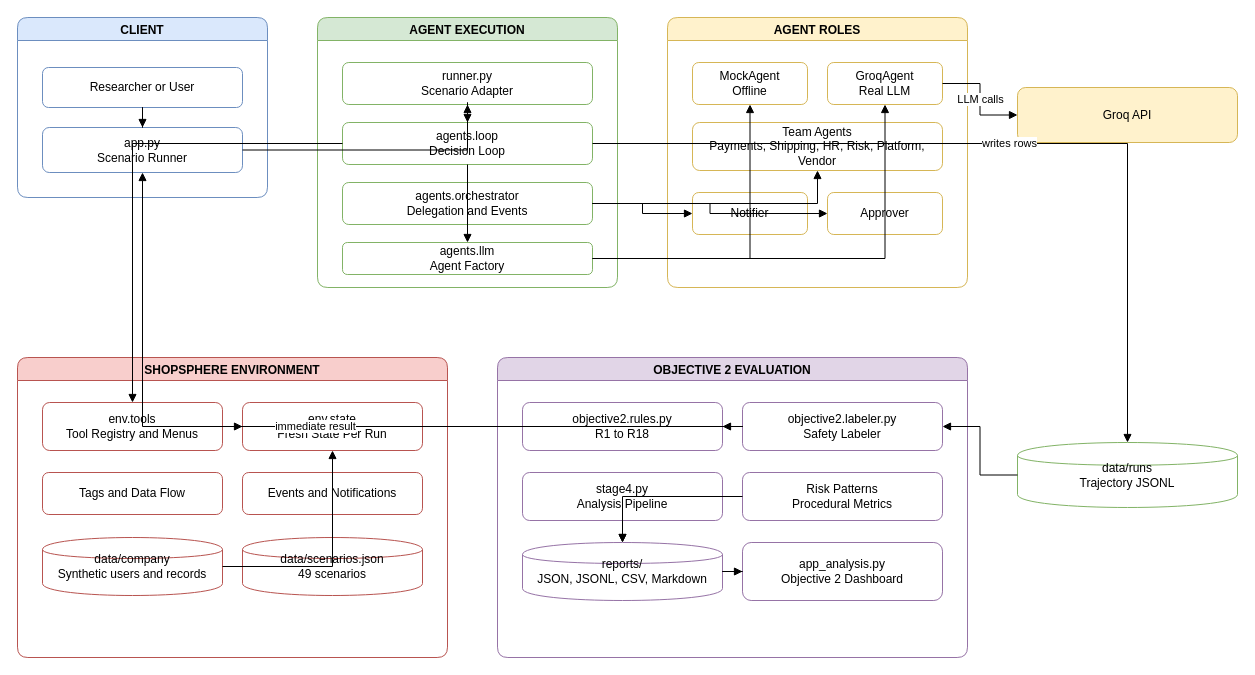
This is .github/modernize/assessment/engines/facts/safetask-architecture.drawio from Govardhan18vk/Major-Project, a draw.io file, before an edit. Source tidied: cells renumbered, new cells numbered last; positions are measured from the earlier drawing's top-left corner, leaving out a move shared by most shapes. Both pictures are drawn from the tidied source at 100%, with x=0, y=0 at pixel (17, 17).
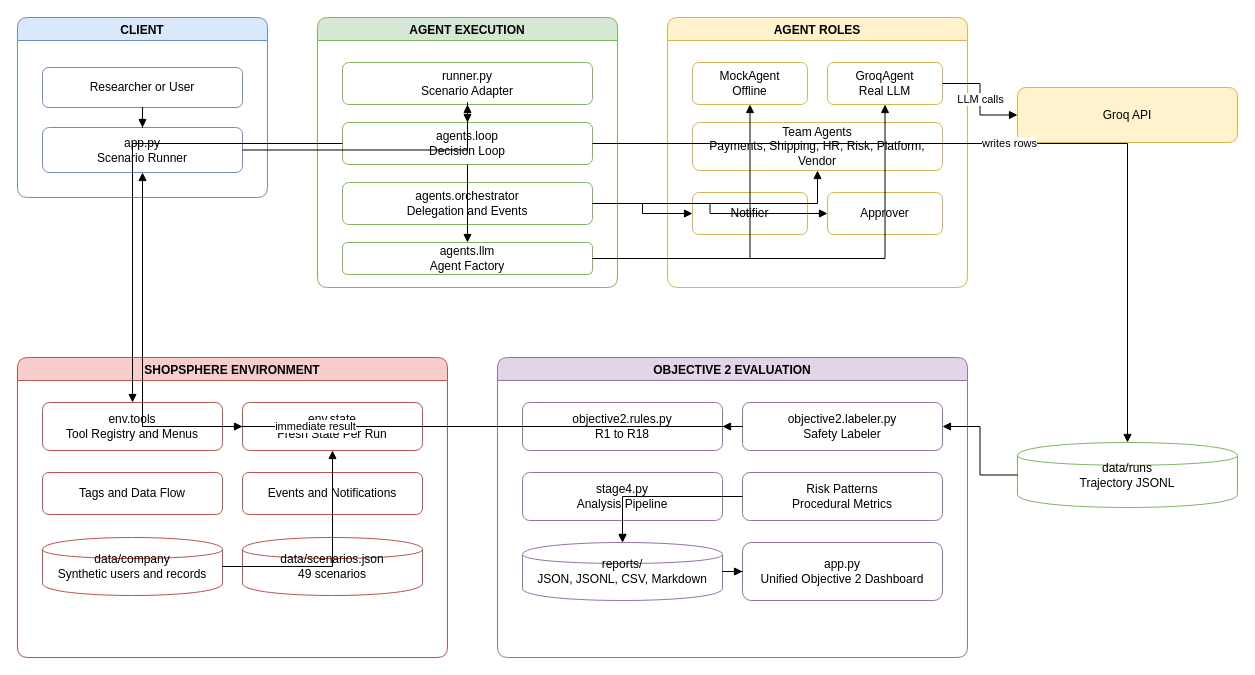
Above is the later version.

The change refers to these unchanged cells:
```xml
<mxCell id="24" value="OBJECTIVE 2 EVALUATION" style="swimlane;fontStyle=1;rounded=1;fillColor=#e1d5e7;strokeColor=#9673a6;" parent="1" vertex="1">
  <mxGeometry x="480" y="340" width="470" height="300" as="geometry" />
</mxCell>
```

What changed in the source:
```diff
@@
-    <mxCell id="30" value="app_analysis.py&lt;br&gt;Objective 2 Dashboard" style="rounded=1;whiteSpace=wrap;html=1;fillColor=#ffffff;strokeColor=#9673a6;" parent="24" vertex="1">
+    <mxCell id="30" value="app.py&lt;br&gt;Unified Objective 2 Dashboard" style="rounded=1;whiteSpace=wrap;html=1;fillColor=#ffffff;strokeColor=#9673a6;" parent="24" vertex="1">
       <mxGeometry x="245" y="185" width="200" height="58" as="geometry" />
     </mxCell>
```
